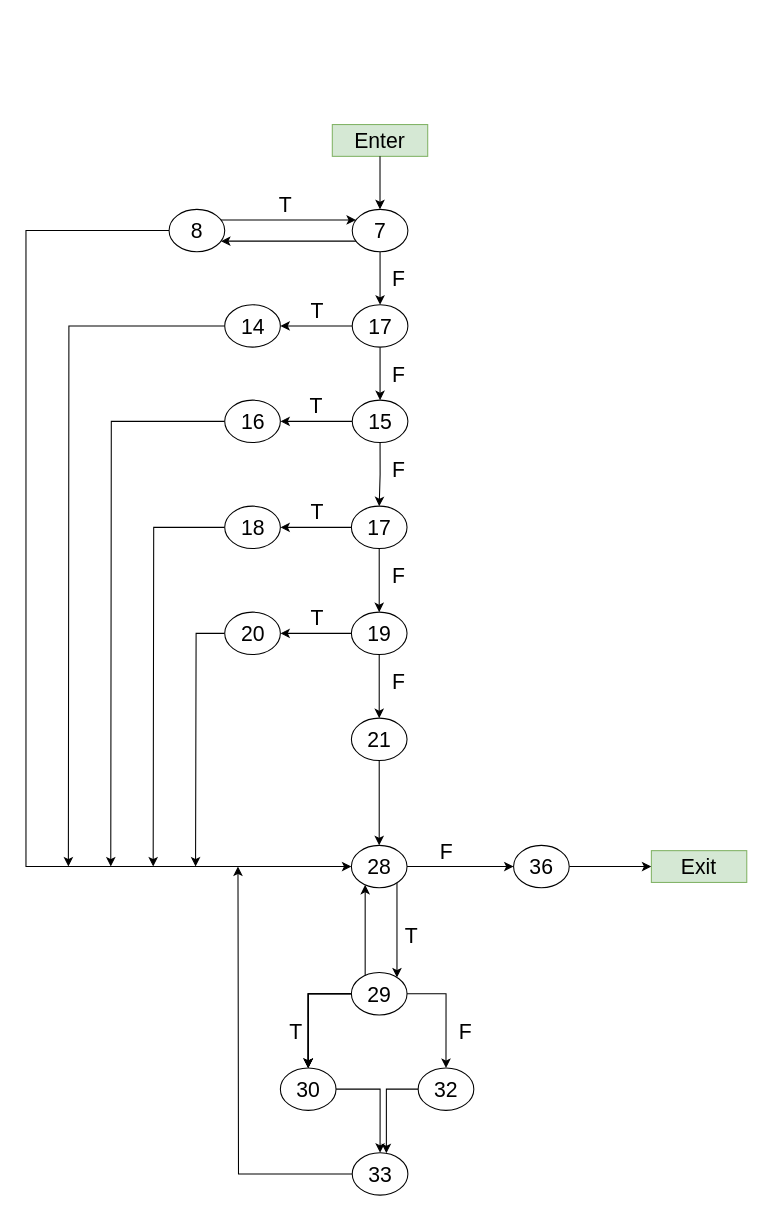
Above: Controll flow.drawio in mahmoud-abu-sultan/Branch-and-Statement-coverages (draw.io), before the change. Source tidied: cells renumbered, new cells numbered last; positions are measured from the earlier drawing's top-left corner, leaving out a move shared by most shapes. Both pictures are drawn from the tidied source at 106%, with x=0, y=0 at pixel (25, 124).
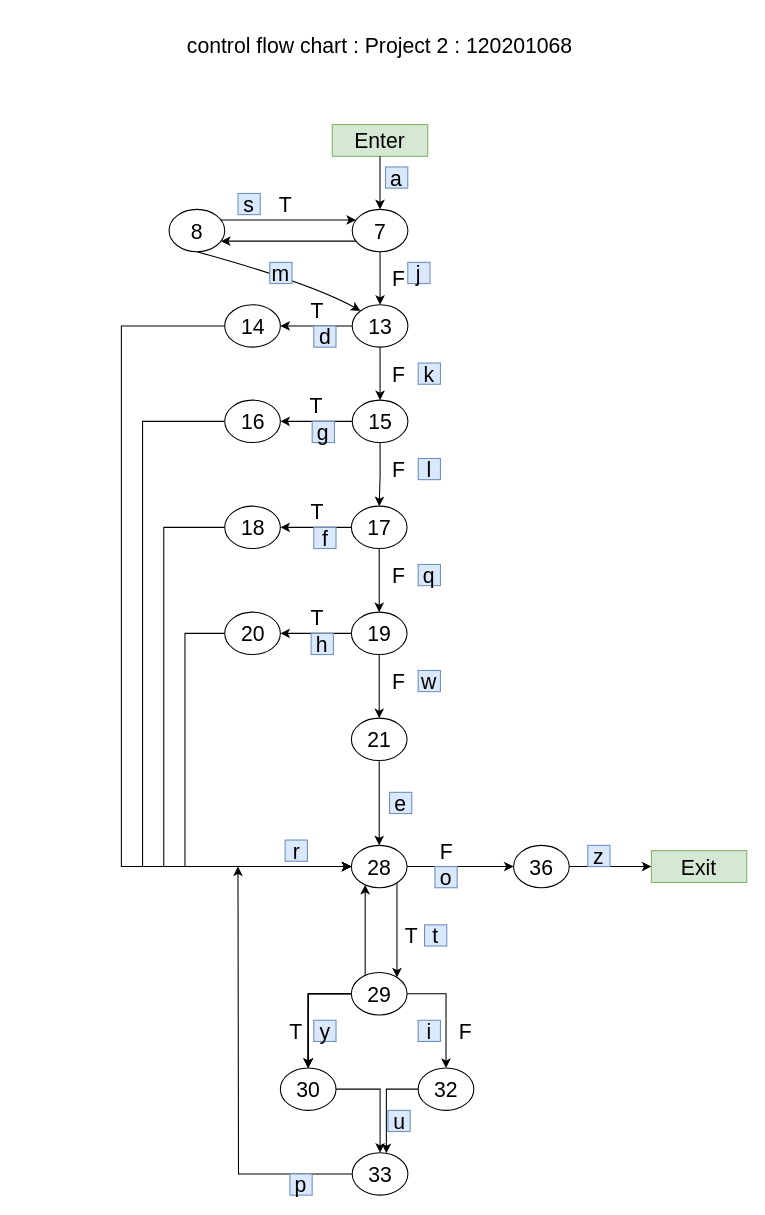
Above is the later version.

The change refers to these unchanged cells:
```xml
<mxCell id="9" value="&lt;font style=&quot;font-size: 20px;&quot;&gt;8&lt;/font&gt;" style="ellipse;whiteSpace=wrap;html=1;" parent="1" vertex="1">
  <mxGeometry x="135" y="80" width="52.5" height="40" as="geometry" />
</mxCell>
<mxCell id="18" value="&lt;font style=&quot;font-size: 20px;&quot;&gt;14&lt;/font&gt;" style="ellipse;whiteSpace=wrap;html=1;" parent="1" vertex="1">
  <mxGeometry x="187.5" y="170" width="52.5" height="40" as="geometry" />
</mxCell>
<mxCell id="25" value="&lt;font style=&quot;font-size: 20px;&quot;&gt;16&lt;/font&gt;" style="ellipse;whiteSpace=wrap;html=1;" parent="1" vertex="1">
  <mxGeometry x="187.5" y="260" width="52.5" height="40" as="geometry" />
</mxCell>
<mxCell id="32" value="&lt;font style=&quot;font-size: 20px;&quot;&gt;18&lt;/font&gt;" style="ellipse;whiteSpace=wrap;html=1;" parent="1" vertex="1">
  <mxGeometry x="187.5" y="360" width="52.5" height="40" as="geometry" />
</mxCell>
<mxCell id="39" value="&lt;font style=&quot;font-size: 20px;&quot;&gt;20&lt;/font&gt;" style="ellipse;whiteSpace=wrap;html=1;" parent="1" vertex="1">
  <mxGeometry x="187.5" y="460" width="52.5" height="40" as="geometry" />
</mxCell>
<mxCell id="46" value="&lt;font style=&quot;font-size: 20px;&quot;&gt;28&lt;/font&gt;" style="ellipse;whiteSpace=wrap;html=1;" parent="1" vertex="1">
  <mxGeometry x="307" y="680" width="52.5" height="40" as="geometry" />
</mxCell>
```

The edit, as a diff of the source:
```diff
@@
-    <mxCell id="8" style="edgeStyle=orthogonalEdgeStyle;rounded=0;jettySize=auto;html=1;entryX=0;entryY=0.5;entryDx=0;entryDy=0;" parent="1" edge="1" source="9" target="46">
-      <mxGeometry relative="1" as="geometry">
-        <Array as="points">
-          <mxPoint y="100" />
-          <mxPoint y="700" />
-        </Array>
-      </mxGeometry>
-    </mxCell>
@@
-    <mxCell id="13" value="&lt;font style=&quot;font-size: 20px;&quot;&gt;17&lt;/font&gt;" style="ellipse;whiteSpace=wrap;html=1;" parent="1" vertex="1">
+    <mxCell id="13" value="&lt;font style=&quot;font-size: 20px;&quot;&gt;13&lt;/font&gt;" style="ellipse;whiteSpace=wrap;html=1;" parent="1" vertex="1">
       <mxGeometry x="307.8" y="170" width="52.5" height="40" as="geometry" />
     </mxCell>
@@
-    <mxCell id="17" style="edgeStyle=orthogonalEdgeStyle;rounded=0;jettySize=auto;html=1;" parent="1" edge="1" source="18">
+    <mxCell id="17" style="edgeStyle=orthogonalEdgeStyle;rounded=0;jettySize=auto;html=1;entryX=0;entryY=0.5;entryDx=0;entryDy=0;" parent="1" edge="1" source="18" target="46">
       <mxGeometry relative="1" as="geometry">
-        <mxPoint x="40" y="700" as="targetPoint" />
+        <Array as="points">
+          <mxPoint x="90" y="190" />
+          <mxPoint x="90" y="700" />
+        </Array>
       </mxGeometry>
     </mxCell>
@@
-    <mxCell id="24" style="edgeStyle=orthogonalEdgeStyle;rounded=0;jettySize=auto;html=1;" parent="1" edge="1" source="25">
+    <mxCell id="24" style="edgeStyle=orthogonalEdgeStyle;rounded=0;jettySize=auto;html=1;entryX=0;entryY=0.5;entryDx=0;entryDy=0;" parent="1" edge="1" source="25" target="46">
       <mxGeometry relative="1" as="geometry">
-        <mxPoint x="80" y="700" as="targetPoint" />
+        <Array as="points">
+          <mxPoint x="110" y="280" />
+          <mxPoint x="110" y="700" />
+        </Array>
       </mxGeometry>
     </mxCell>
@@
-    <mxCell id="31" style="edgeStyle=orthogonalEdgeStyle;rounded=0;jettySize=auto;html=1;" parent="1" edge="1" source="32">
+    <mxCell id="31" style="edgeStyle=orthogonalEdgeStyle;rounded=0;jettySize=auto;html=1;entryX=0;entryY=0.5;entryDx=0;entryDy=0;" parent="1" edge="1" source="32" target="46">
       <mxGeometry relative="1" as="geometry">
-        <mxPoint x="120" y="700" as="targetPoint" />
+        <Array as="points">
+          <mxPoint x="130" y="380" />
+          <mxPoint x="130" y="700" />
+        </Array>
       </mxGeometry>
     </mxCell>
@@
-    <mxCell id="38" style="edgeStyle=orthogonalEdgeStyle;rounded=0;jettySize=auto;html=1;" parent="1" edge="1" source="39">
+    <mxCell id="38" style="edgeStyle=orthogonalEdgeStyle;rounded=0;jettySize=auto;html=1;entryX=0;entryY=0.5;entryDx=0;entryDy=0;" parent="1" edge="1" source="39" target="46">
       <mxGeometry relative="1" as="geometry">
-        <mxPoint x="160" y="700" as="targetPoint" />
+        <Array as="points">
+          <mxPoint x="150" y="480" />
+          <mxPoint x="150" y="700" />
+        </Array>
       </mxGeometry>
     </mxCell>
@@
+    <mxCell id="65" style="curved=1;endArrow=classic;html=1;rounded=0;entryX=0;entryY=0;entryDx=0;entryDy=0;exitX=0.5;exitY=1;exitDx=0;exitDy=0;" parent="1" edge="1" source="9" target="13">
+      <mxGeometry relative="1" as="geometry">
+        <Array as="points">
+          <mxPoint x="270" y="150" />
+        </Array>
+      </mxGeometry>
+    </mxCell>
+    <mxCell id="66" value="&lt;font style=&quot;font-size: 20px;&quot;&gt;control flow chart : Project 2 : 120201068&lt;/font&gt;" style="text;html=1;strokeColor=none;fillColor=none;align=center;verticalAlign=middle;whiteSpace=wrap;rounded=0;" parent="1" vertex="1">
+      <mxGeometry x="54" y="-100" width="560" height="50" as="geometry" />
+    </mxCell>
+    <mxCell id="67" value="&lt;font style=&quot;font-size: 20px;&quot;&gt;a&lt;/font&gt;" style="text;html=1;strokeColor=#6c8ebf;fillColor=#dae8fc;align=center;verticalAlign=middle;whiteSpace=wrap;rounded=0;" parent="1" vertex="1">
+      <mxGeometry x="339.2" y="40" width="21" height="20" as="geometry" />
+    </mxCell>
+    <mxCell id="68" value="&lt;font style=&quot;font-size: 20px;&quot;&gt;s&lt;/font&gt;" style="text;html=1;strokeColor=#6c8ebf;fillColor=#dae8fc;align=center;verticalAlign=middle;whiteSpace=wrap;rounded=0;" parent="1" vertex="1">
+      <mxGeometry x="200" y="65" width="21" height="20" as="geometry" />
+    </mxCell>
+    <mxCell id="69" value="&lt;font style=&quot;font-size: 20px;&quot;&gt;j&lt;/font&gt;" style="text;html=1;strokeColor=#6c8ebf;fillColor=#dae8fc;align=center;verticalAlign=middle;whiteSpace=wrap;rounded=0;" parent="1" vertex="1">
+      <mxGeometry x="360.2" y="130" width="21" height="20" as="geometry" />
+    </mxCell>
+    <mxCell id="70" value="&lt;font style=&quot;font-size: 20px;&quot;&gt;m&lt;/font&gt;" style="text;html=1;strokeColor=#6c8ebf;fillColor=#dae8fc;align=center;verticalAlign=middle;whiteSpace=wrap;rounded=0;" parent="1" vertex="1">
+      <mxGeometry x="230" y="130" width="21" height="20" as="geometry" />
+    </mxCell>
+    <mxCell id="71" value="&lt;font style=&quot;font-size: 20px;&quot;&gt;k&lt;/font&gt;" style="text;html=1;strokeColor=#6c8ebf;fillColor=#dae8fc;align=center;verticalAlign=middle;whiteSpace=wrap;rounded=0;" parent="1" vertex="1">
+      <mxGeometry x="370" y="225" width="21" height="20" as="geometry" />
+    </mxCell>
+    <mxCell id="72" value="&lt;font style=&quot;font-size: 20px;&quot;&gt;g&lt;/font&gt;" style="text;html=1;strokeColor=#6c8ebf;fillColor=#dae8fc;align=center;verticalAlign=middle;whiteSpace=wrap;rounded=0;" parent="1" vertex="1">
+      <mxGeometry x="270" y="280" width="21" height="20" as="geometry" />
+    </mxCell>
+    <mxCell id="73" value="&lt;font style=&quot;font-size: 20px;&quot;&gt;d&lt;/font&gt;" style="text;html=1;strokeColor=#6c8ebf;fillColor=#dae8fc;align=center;verticalAlign=middle;whiteSpace=wrap;rounded=0;" parent="1" vertex="1">
+      <mxGeometry x="271.5" y="190" width="21" height="20" as="geometry" />
+    </mxCell>
+    <mxCell id="74" value="&lt;font style=&quot;font-size: 20px;&quot;&gt;q&lt;/font&gt;" style="text;html=1;strokeColor=#6c8ebf;fillColor=#dae8fc;align=center;verticalAlign=middle;whiteSpace=wrap;rounded=0;" parent="1" vertex="1">
+      <mxGeometry x="370" y="415" width="21" height="20" as="geometry" />
+    </mxCell>
+    <mxCell id="75" value="&lt;font style=&quot;font-size: 20px;&quot;&gt;l&lt;/font&gt;" style="text;html=1;strokeColor=#6c8ebf;fillColor=#dae8fc;align=center;verticalAlign=middle;whiteSpace=wrap;rounded=0;" parent="1" vertex="1">
+      <mxGeometry x="370" y="315" width="21" height="20" as="geometry" />
+    </mxCell>
+    <mxCell id="76" value="&lt;font style=&quot;font-size: 20px;&quot;&gt;h&lt;/font&gt;" style="text;html=1;strokeColor=#6c8ebf;fillColor=#dae8fc;align=center;verticalAlign=middle;whiteSpace=wrap;rounded=0;" parent="1" vertex="1">
+      <mxGeometry x="269" y="480" width="21" height="20" as="geometry" />
+    </mxCell>
+    <mxCell id="77" value="&lt;font style=&quot;font-size: 20px;&quot;&gt;f&lt;/font&gt;" style="text;html=1;strokeColor=#6c8ebf;fillColor=#dae8fc;align=center;verticalAlign=middle;whiteSpace=wrap;rounded=0;" parent="1" vertex="1">
+      <mxGeometry x="271.5" y="380" width="21" height="20" as="geometry" />
+    </mxCell>
+    <mxCell id="78" value="&lt;font style=&quot;font-size: 20px;&quot;&gt;e&lt;/font&gt;" style="text;html=1;strokeColor=#6c8ebf;fillColor=#dae8fc;align=center;verticalAlign=middle;whiteSpace=wrap;rounded=0;" parent="1" vertex="1">
+      <mxGeometry x="343" y="630" width="21" height="20" as="geometry" />
+    </mxCell>
+    <mxCell id="79" value="&lt;font style=&quot;font-size: 20px;&quot;&gt;w&lt;/font&gt;" style="text;html=1;strokeColor=#6c8ebf;fillColor=#dae8fc;align=center;verticalAlign=middle;whiteSpace=wrap;rounded=0;" parent="1" vertex="1">
+      <mxGeometry x="370" y="515" width="21" height="20" as="geometry" />
+    </mxCell>
+    <mxCell id="80" value="&lt;font style=&quot;font-size: 20px;&quot;&gt;z&lt;/font&gt;" style="text;html=1;strokeColor=#6c8ebf;fillColor=#dae8fc;align=center;verticalAlign=middle;whiteSpace=wrap;rounded=0;" parent="1" vertex="1">
+      <mxGeometry x="530" y="680" width="21" height="20" as="geometry" />
+    </mxCell>
+    <mxCell id="81" value="&lt;font style=&quot;font-size: 20px;&quot;&gt;o&lt;/font&gt;" style="text;html=1;strokeColor=#6c8ebf;fillColor=#dae8fc;align=center;verticalAlign=middle;whiteSpace=wrap;rounded=0;" parent="1" vertex="1">
+      <mxGeometry x="385.8" y="700" width="21" height="20" as="geometry" />
+    </mxCell>
+    <mxCell id="82" value="&lt;font style=&quot;font-size: 20px;&quot;&gt;r&lt;/font&gt;" style="text;html=1;strokeColor=#6c8ebf;fillColor=#dae8fc;align=center;verticalAlign=middle;whiteSpace=wrap;rounded=0;" parent="1" vertex="1">
+      <mxGeometry x="244.5" y="675" width="21" height="20" as="geometry" />
+    </mxCell>
+    <mxCell id="83" value="&lt;font style=&quot;font-size: 20px;&quot;&gt;i&lt;/font&gt;" style="text;html=1;strokeColor=#6c8ebf;fillColor=#dae8fc;align=center;verticalAlign=middle;whiteSpace=wrap;rounded=0;" parent="1" vertex="1">
+      <mxGeometry x="370" y="845" width="21" height="20" as="geometry" />
+    </mxCell>
+    <mxCell id="84" value="&lt;font style=&quot;font-size: 20px;&quot;&gt;t&lt;/font&gt;" style="text;html=1;strokeColor=#6c8ebf;fillColor=#dae8fc;align=center;verticalAlign=middle;whiteSpace=wrap;rounded=0;" parent="1" vertex="1">
+      <mxGeometry x="376" y="755" width="21" height="20" as="geometry" />
+    </mxCell>
+    <mxCell id="85" value="&lt;font style=&quot;font-size: 20px;&quot;&gt;u&lt;/font&gt;" style="text;html=1;strokeColor=#6c8ebf;fillColor=#dae8fc;align=center;verticalAlign=middle;whiteSpace=wrap;rounded=0;" parent="1" vertex="1">
+      <mxGeometry x="341.5" y="930" width="21" height="20" as="geometry" />
+    </mxCell>
+    <mxCell id="86" value="&lt;font style=&quot;font-size: 20px;&quot;&gt;y&lt;/font&gt;" style="text;html=1;strokeColor=#6c8ebf;fillColor=#dae8fc;align=center;verticalAlign=middle;whiteSpace=wrap;rounded=0;" parent="1" vertex="1">
+      <mxGeometry x="271.5" y="845" width="21" height="20" as="geometry" />
+    </mxCell>
+    <mxCell id="87" value="&lt;font style=&quot;font-size: 20px;&quot;&gt;p&lt;/font&gt;" style="text;html=1;strokeColor=#6c8ebf;fillColor=#dae8fc;align=center;verticalAlign=middle;whiteSpace=wrap;rounded=0;" parent="1" vertex="1">
+      <mxGeometry x="249" y="990" width="21" height="20" as="geometry" />
+    </mxCell>
```
